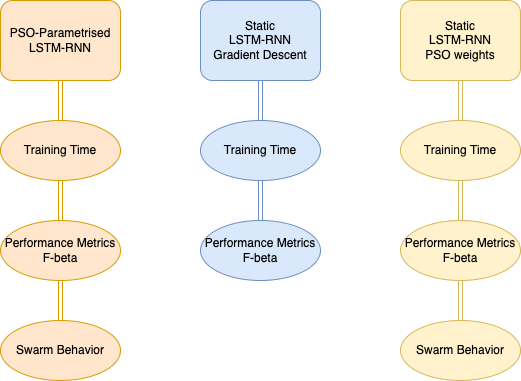
Before: methods.drawio.png, a diagram exported from draw.io (chaserobertson/credit-fraud). Source tidied: cells renumbered, new cells last; positions are measured from the earlier drawing's top-left corner, leaving out a move shared by most shapes.
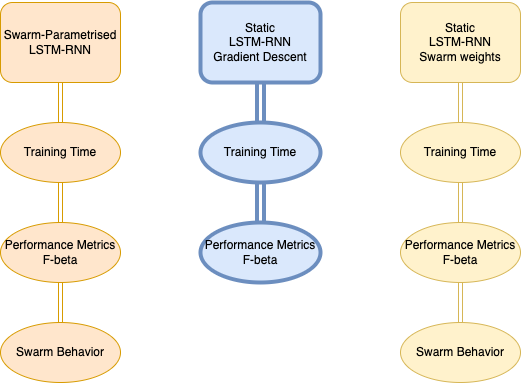
The same file after the commit.

What changed in the source:
```diff
@@ -2,31 +2,31 @@
   <root>
     <mxCell id="0" />
     <mxCell id="1" parent="0" />
-    <mxCell id="2" style="edgeStyle=orthogonalEdgeStyle;rounded=0;jettySize=auto;html=1;fillColor=#dae8fc;strokeColor=#6c8ebf;shape=link;" parent="1" edge="1" source="3" target="9">
+    <mxCell id="2" style="edgeStyle=orthogonalEdgeStyle;rounded=0;jettySize=auto;html=1;fillColor=#dae8fc;strokeColor=#6c8ebf;shape=link;strokeWidth=4;" parent="1" edge="1" source="3" target="9">
       <mxGeometry relative="1" as="geometry" />
     </mxCell>
-    <mxCell id="3" value="Static&lt;br&gt;LSTM-RNN&lt;br&gt;Gradient Descent" style="rounded=1;whiteSpace=wrap;html=1;fontSize=12;glass=0;strokeWidth=1;shadow=0;fillColor=#dae8fc;strokeColor=#6c8ebf;" parent="1" vertex="1">
+    <mxCell id="3" value="Static&lt;br&gt;LSTM-RNN&lt;br&gt;Gradient Descent" style="rounded=1;whiteSpace=wrap;html=1;fontSize=12;glass=0;strokeWidth=4;shadow=0;fillColor=#dae8fc;strokeColor=#6c8ebf;" parent="1" vertex="1">
       <mxGeometry x="200" width="120" height="80" as="geometry" />
     </mxCell>
     <mxCell id="4" style="edgeStyle=orthogonalEdgeStyle;rounded=0;jettySize=auto;html=1;entryX=0.5;entryY=0;entryDx=0;entryDy=0;fillColor=#fff2cc;strokeColor=#d6b656;shape=link;" parent="1" edge="1" source="5" target="16">
       <mxGeometry relative="1" as="geometry" />
     </mxCell>
-    <mxCell id="5" value="Static&lt;br&gt;LSTM-RNN&lt;br&gt;PSO weights" style="rounded=1;whiteSpace=wrap;html=1;fontSize=12;glass=0;strokeWidth=1;shadow=0;fillColor=#fff2cc;strokeColor=#d6b656;" parent="1" vertex="1">
+    <mxCell id="5" value="Static&lt;br&gt;LSTM-RNN&lt;br&gt;Swarm weights" style="rounded=1;whiteSpace=wrap;html=1;fontSize=12;glass=0;strokeWidth=1;shadow=0;fillColor=#fff2cc;strokeColor=#d6b656;" parent="1" vertex="1">
       <mxGeometry x="400" width="120" height="80" as="geometry" />
     </mxCell>
     <mxCell id="6" style="edgeStyle=orthogonalEdgeStyle;rounded=0;jettySize=auto;html=1;entryX=0.5;entryY=0;entryDx=0;entryDy=0;fillColor=#ffe6cc;strokeColor=#d79b00;shape=link;" parent="1" edge="1" source="7" target="12">
       <mxGeometry relative="1" as="geometry" />
     </mxCell>
-    <mxCell id="7" value="PSO-Parametrised&lt;br&gt;LSTM-RNN" style="rounded=1;whiteSpace=wrap;html=1;fontSize=12;glass=0;strokeWidth=1;shadow=0;fillColor=#ffe6cc;strokeColor=#d79b00;" parent="1" vertex="1">
+    <mxCell id="7" value="Swarm-Parametrised&lt;br&gt;LSTM-RNN" style="rounded=1;whiteSpace=wrap;html=1;fontSize=12;glass=0;strokeWidth=1;shadow=0;fillColor=#ffe6cc;strokeColor=#d79b00;" parent="1" vertex="1">
       <mxGeometry width="120" height="80" as="geometry" />
     </mxCell>
-    <mxCell id="8" style="edgeStyle=orthogonalEdgeStyle;rounded=0;jettySize=auto;html=1;fillColor=#dae8fc;strokeColor=#6c8ebf;shape=link;" parent="1" edge="1" source="9" target="10">
+    <mxCell id="8" style="edgeStyle=orthogonalEdgeStyle;rounded=0;jettySize=auto;html=1;fillColor=#dae8fc;strokeColor=#6c8ebf;shape=link;strokeWidth=4;" parent="1" edge="1" source="9" target="10">
       <mxGeometry relative="1" as="geometry" />
     </mxCell>
-    <mxCell id="9" value="Training Time" style="ellipse;whiteSpace=wrap;html=1;rounded=1;glass=0;strokeWidth=1;shadow=0;fillColor=#dae8fc;strokeColor=#6c8ebf;" parent="1" vertex="1">
+    <mxCell id="9" value="Training Time" style="ellipse;whiteSpace=wrap;html=1;rounded=1;glass=0;strokeWidth=4;shadow=0;fillColor=#dae8fc;strokeColor=#6c8ebf;" parent="1" vertex="1">
       <mxGeometry x="200" y="120" width="120" height="60" as="geometry" />
     </mxCell>
-    <mxCell id="10" value="Performance Metrics&lt;br&gt;F-beta" style="ellipse;whiteSpace=wrap;html=1;rounded=1;glass=0;strokeWidth=1;shadow=0;fillColor=#dae8fc;strokeColor=#6c8ebf;" parent="1" vertex="1">
+    <mxCell id="10" value="Performance Metrics&lt;br&gt;F-beta" style="ellipse;whiteSpace=wrap;html=1;rounded=1;glass=0;strokeWidth=4;shadow=0;fillColor=#dae8fc;strokeColor=#6c8ebf;" parent="1" vertex="1">
       <mxGeometry x="200" y="220" width="120" height="60" as="geometry" />
     </mxCell>
     <mxCell id="11" style="edgeStyle=orthogonalEdgeStyle;rounded=0;jettySize=auto;html=1;fillColor=#ffe6cc;strokeColor=#d79b00;shape=link;" parent="1" edge="1" source="12" target="14">
```
